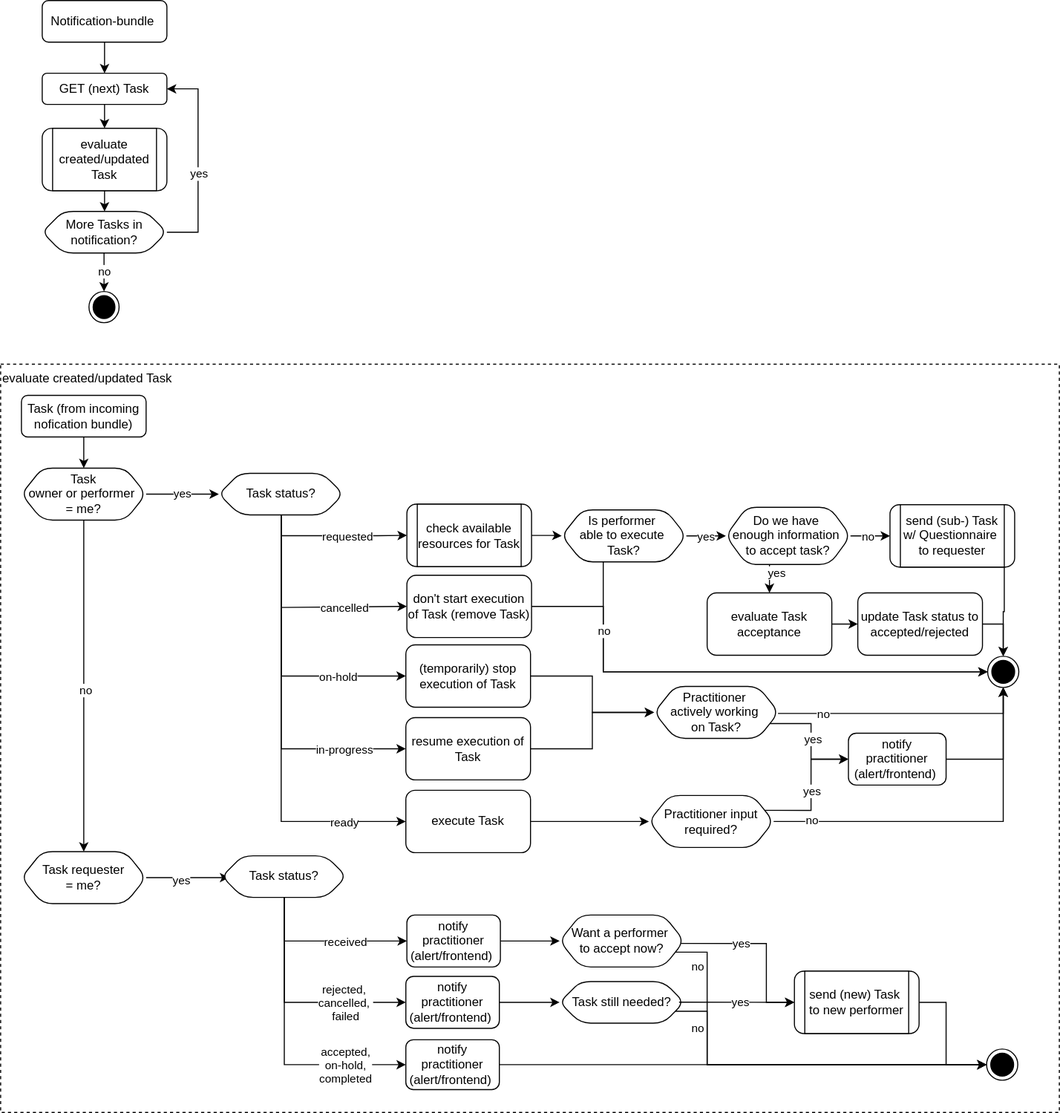
This is input/images-source/notification-task-flow.svg from SanteonNL/shared-care-planning, a draw.io export, as it was before one commit. Source tidied: cells renumbered, new cells last; positions are measured from the earlier drawing's top-left corner, leaving out a move shared by most shapes.
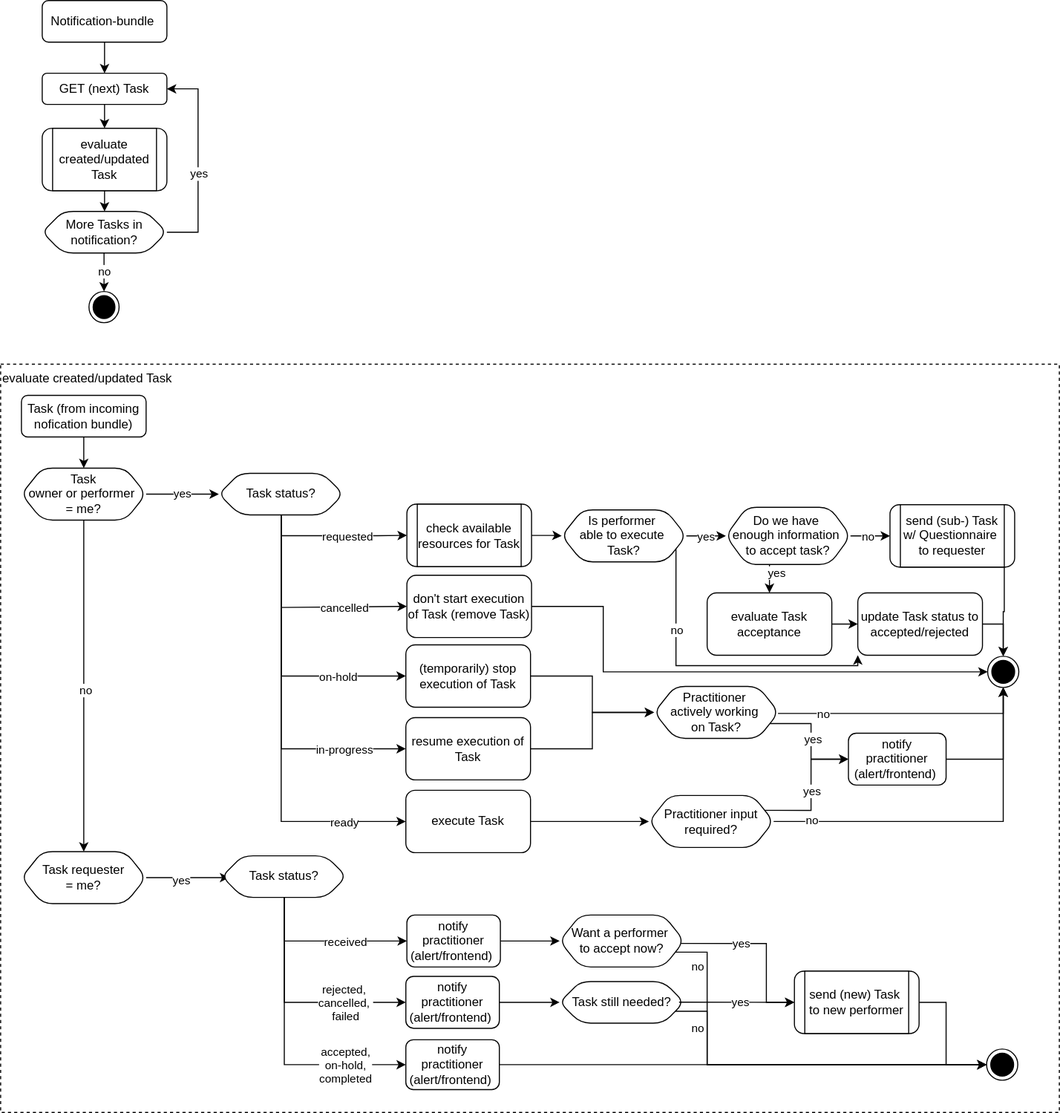
Later version of the same file.

Diff of the diagram source:
```diff
@@ -373,11 +373,12 @@
         <mxPoint x="6" y="2" as="offset" />
       </mxGeometry>
     </mxCell>
-    <mxCell id="89" style="edgeStyle=orthogonalEdgeStyle;rounded=0;jettySize=auto;html=1;exitX=1;exitY=0.75;exitDx=0;exitDy=0;entryX=0;entryY=0.5;entryDx=0;entryDy=0;" parent="1" edge="1" source="91" target="86">
+    <mxCell id="89" style="edgeStyle=orthogonalEdgeStyle;rounded=0;jettySize=auto;html=1;exitX=1;exitY=0.75;exitDx=0;exitDy=0;entryX=0;entryY=1;entryDx=0;entryDy=0;" parent="1" edge="1" source="91" target="102">
       <mxGeometry relative="1" as="geometry">
         <Array as="points">
-          <mxPoint x="580" y="526" />
-          <mxPoint x="580" y="646" />
+          <mxPoint x="650" y="526" />
+          <mxPoint x="650" y="640" />
+          <mxPoint x="825" y="640" />
         </Array>
       </mxGeometry>
     </mxCell>
```
